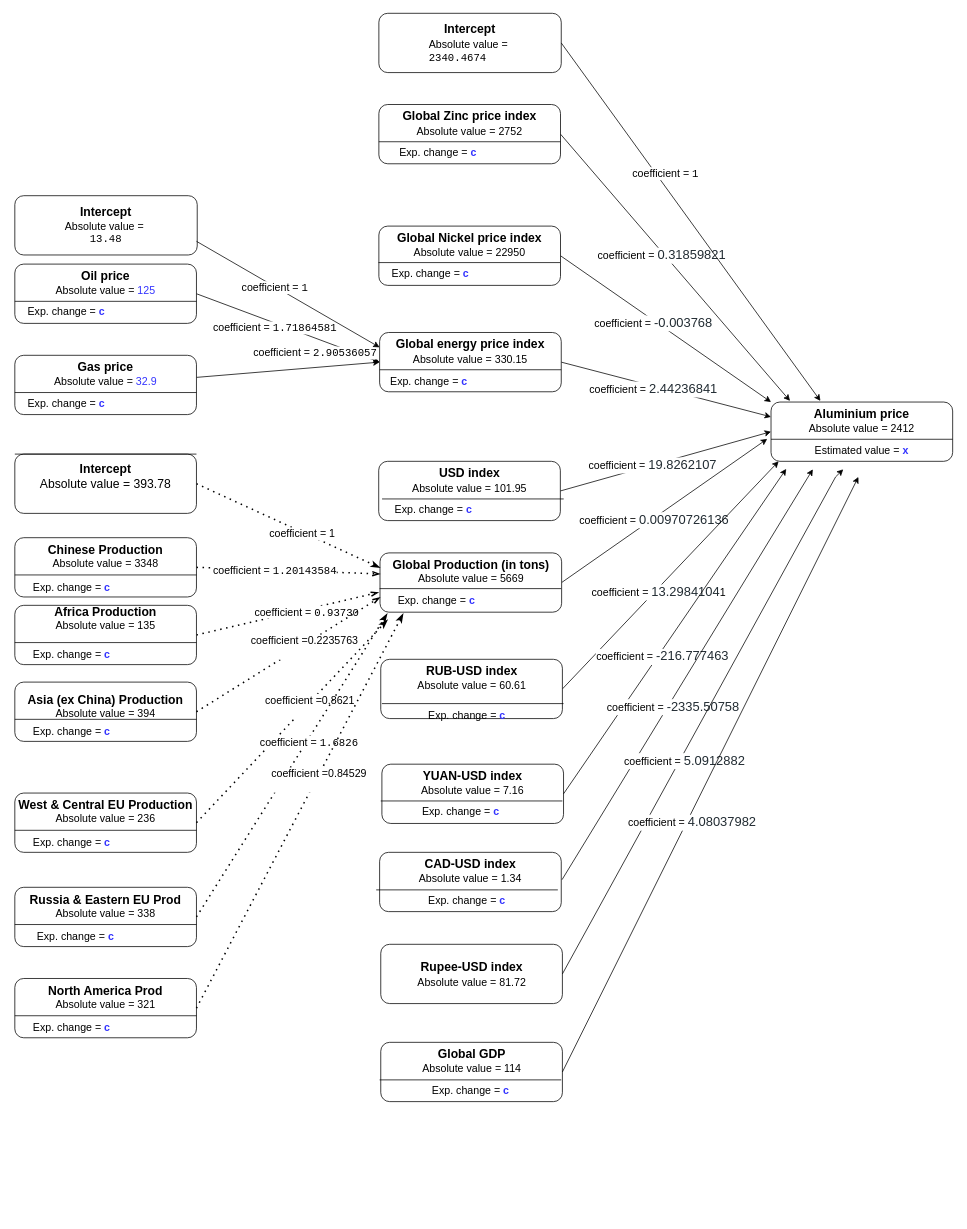
Earlier version of the draw.io diagram concept for intermidate presentation.drawio (alexwese/tkseminar). Source tidied: cells renumbered, new cells numbered last; positions are measured from the earlier drawing's top-left corner, leaving out a move shared by most shapes. Both pictures are drawn from the tidied source at 76%, with x=0, y=0 at pixel (14, 13).
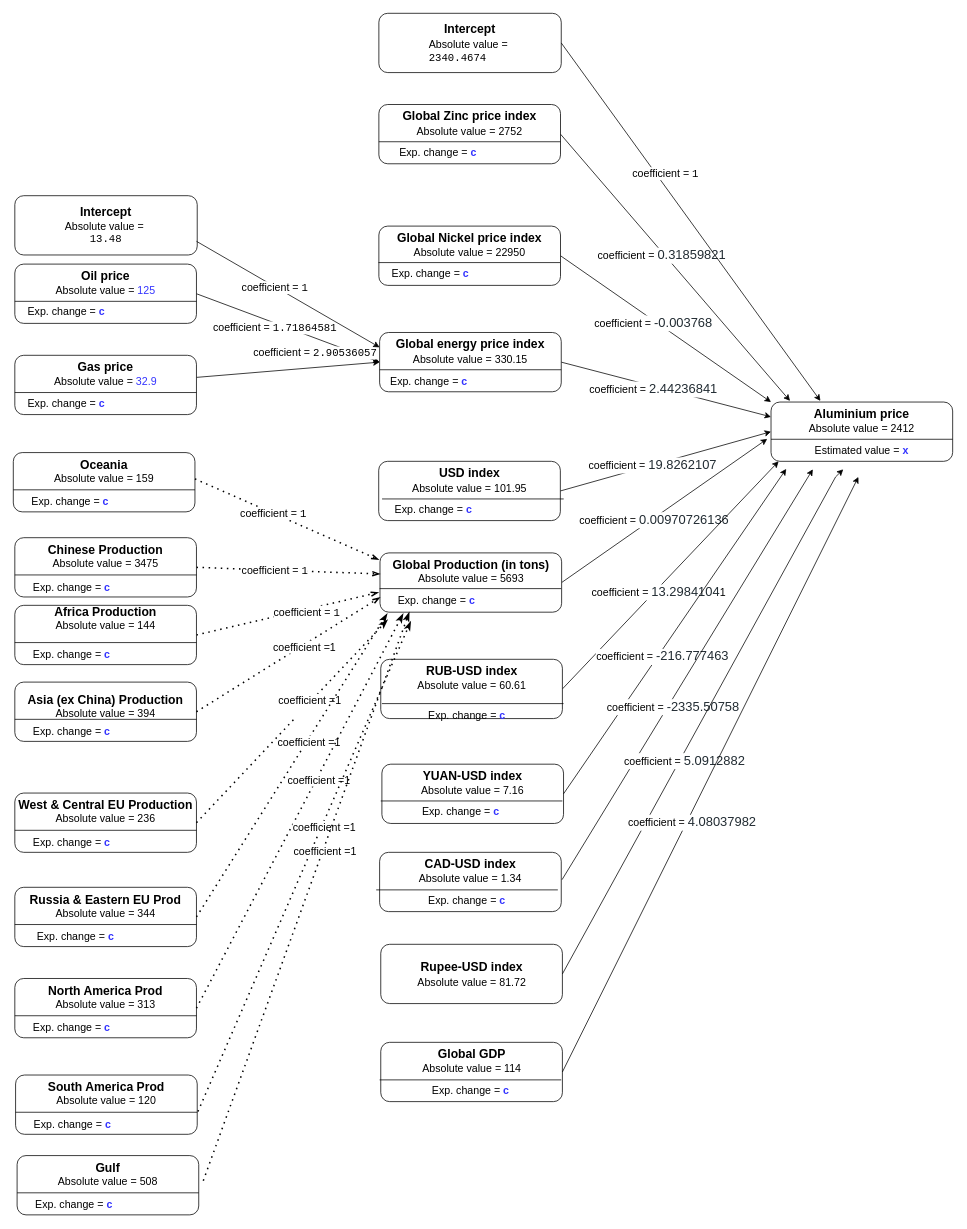
The same page after the edit.

Unchanged cells that the change refers to:
```xml
<mxCell id="18" value="Exp. change =&amp;nbsp;&lt;font color=&quot;#3333FF&quot;&gt;&lt;b&gt;c&lt;/b&gt;&lt;/font&gt;" style="text;html=1;strokeColor=none;fillColor=none;align=center;verticalAlign=middle;whiteSpace=wrap;rounded=0;fontSize=14;" parent="1" vertex="1">
  <mxGeometry x="500" y="758.4" width="110" height="28.6" as="geometry" />
</mxCell>
<mxCell id="29" style="endArrow=openThin;dashed=1;html=1;dashPattern=1 3;strokeWidth=2;rounded=0;fontSize=14;fontColor=#3333FF;entryX=0;entryY=0.355;entryDx=0;entryDy=0;exitX=1;exitY=0.5;exitDx=0;exitDy=0;endFill=0;entryPerimeter=0;" parent="1" edge="1" source="46" target="12">
  <mxGeometry relative="1" as="geometry" />
</mxCell>
<mxCell id="31" style="endArrow=openThin;dashed=1;html=1;dashPattern=1 3;strokeWidth=2;rounded=0;fontSize=14;fontColor=#3333FF;entryX=-0.008;entryY=0.667;entryDx=0;entryDy=0;exitX=1;exitY=0.5;exitDx=0;exitDy=0;endFill=0;entryPerimeter=0;" parent="1" edge="1" source="49" target="12">
  <mxGeometry relative="1" as="geometry" />
</mxCell>
<mxCell id="55" style="endArrow=openThin;dashed=1;html=1;dashPattern=1 3;strokeWidth=2;rounded=0;fontSize=14;fontColor=#3333FF;entryX=0;entryY=0.75;entryDx=0;entryDy=0;exitX=1;exitY=0.5;exitDx=0;exitDy=0;endFill=0;" parent="1" edge="1" source="52" target="12">
  <mxGeometry relative="1" as="geometry" />
</mxCell>
<mxCell id="70" style="endArrow=classicThin;dashed=1;html=1;dashPattern=1 3;strokeWidth=2;rounded=0;fontSize=14;fontColor=#3333FF;entryX=0;entryY=1;entryDx=0;entryDy=0;endFill=1;exitX=1;exitY=0.5;exitDx=0;exitDy=0;" parent="1" edge="1" source="61">
  <mxGeometry relative="1" as="geometry">
    <mxPoint x="490.5" y="798" as="targetPoint" />
  </mxGeometry>
</mxCell>
<mxCell id="72" style="endArrow=classicThin;dashed=1;html=1;dashPattern=1 3;strokeWidth=2;rounded=0;fontSize=14;fontColor=#3333FF;endFill=1;exitX=1;exitY=0.5;exitDx=0;exitDy=0;" parent="1" edge="1" source="64">
  <mxGeometry relative="1" as="geometry">
    <mxPoint x="490" y="790" as="targetPoint" />
  </mxGeometry>
</mxCell>
<mxCell id="74" style="endArrow=classicThin;dashed=1;html=1;dashPattern=1 3;strokeWidth=2;rounded=0;fontSize=14;fontColor=#3333FF;endFill=1;exitX=1;exitY=0.5;exitDx=0;exitDy=0;" parent="1" edge="1" source="67">
  <mxGeometry relative="1" as="geometry">
    <mxPoint x="511" y="790" as="targetPoint" />
  </mxGeometry>
</mxCell>
```

Change to the diagram source:
```diff
@@
-    <mxCell id="12" value="&lt;div style=&quot;&quot;&gt;&lt;span style=&quot;background-color: initial; font-size: 16px;&quot;&gt;&lt;b&gt;Global Production (in tons)&lt;/b&gt;&lt;/span&gt;&lt;/div&gt;&lt;div style=&quot;&quot;&gt;&lt;span style=&quot;font-size: 14px; background-color: initial;&quot;&gt;Absolute value = 5669&lt;/span&gt;&lt;br&gt;&lt;/div&gt;&lt;div&gt;&lt;br&gt;&lt;/div&gt;&lt;div&gt;&lt;br&gt;&lt;/div&gt;" style="rounded=1;whiteSpace=wrap;html=1;" parent="1" vertex="1">
+    <mxCell id="12" value="&lt;div style=&quot;&quot;&gt;&lt;span style=&quot;background-color: initial; font-size: 16px;&quot;&gt;&lt;b&gt;Global Production (in tons)&lt;/b&gt;&lt;/span&gt;&lt;/div&gt;&lt;div style=&quot;&quot;&gt;&lt;span style=&quot;font-size: 14px; background-color: initial;&quot;&gt;Absolute value = 5693&lt;/span&gt;&lt;br&gt;&lt;/div&gt;&lt;div&gt;&lt;br&gt;&lt;/div&gt;&lt;div&gt;&lt;br&gt;&lt;/div&gt;" style="rounded=1;whiteSpace=wrap;html=1;" parent="1" vertex="1">
       <mxGeometry x="480.5" y="710" width="239" height="78" as="geometry" />
     </mxCell>
@@
-    <mxCell id="30" value="&lt;span style=&quot;font-size: 14px;&quot;&gt;coefficient =&amp;nbsp;&lt;/span&gt;&lt;span style=&quot;font-family: Consolas, &amp;quot;Courier New&amp;quot;, monospace; font-size: 14px; text-align: start;&quot;&gt;1.20143584&lt;/span&gt;" style="edgeLabel;html=1;align=center;verticalAlign=middle;fontColor=#000000;" parent="29" vertex="1">
+    <mxCell id="30" value="&lt;span style=&quot;font-size: 14px;&quot;&gt;coefficient =&amp;nbsp;&lt;/span&gt;&lt;span style=&quot;font-family: Consolas, &amp;quot;Courier New&amp;quot;, monospace; font-size: 14px; text-align: start;&quot;&gt;1&lt;/span&gt;" style="edgeLabel;html=1;align=center;verticalAlign=middle;fontColor=#000000;" parent="29" vertex="1">
       <mxGeometry x="-0.15" relative="1" as="geometry" />
     </mxCell>
@@
-    <mxCell id="32" value="&lt;span style=&quot;font-size: 14px;&quot;&gt;coefficient =&amp;nbsp;&lt;/span&gt;&lt;span style=&quot;font-family: Consolas, &amp;quot;Courier New&amp;quot;, monospace; font-size: 14px; text-align: start;&quot;&gt;0.93730&lt;/span&gt;" style="edgeLabel;html=1;align=center;verticalAlign=middle;fontColor=#000000;" parent="31" vertex="1">
+    <mxCell id="32" value="&lt;div style=&quot;text-align: start;&quot;&gt;&lt;span style=&quot;font-size: 14px;&quot;&gt;coefficient = &lt;font face=&quot;Consolas, Courier New, monospace&quot;&gt;1&lt;/font&gt;&lt;/span&gt;&lt;/div&gt;" style="edgeLabel;html=1;align=center;verticalAlign=middle;fontColor=#000000;" parent="31" vertex="1">
       <mxGeometry x="0.16" y="-3" relative="1" as="geometry">
         <mxPoint x="5" y="-1" as="offset" />
       </mxGeometry>
     </mxCell>
@@
-    <mxCell id="46" value="&lt;div style=&quot;&quot;&gt;&lt;span style=&quot;background-color: initial; font-size: 16px;&quot;&gt;&lt;b&gt;Chinese Production&lt;/b&gt;&lt;/span&gt;&lt;/div&gt;&lt;div style=&quot;&quot;&gt;&lt;span style=&quot;font-size: 14px; background-color: initial;&quot;&gt;Absolute value = 3348&lt;/span&gt;&lt;br&gt;&lt;/div&gt;&lt;div&gt;&lt;br&gt;&lt;/div&gt;&lt;div&gt;&lt;br&gt;&lt;/div&gt;" style="rounded=1;whiteSpace=wrap;html=1;" parent="1" vertex="1">
+    <mxCell id="46" value="&lt;div style=&quot;&quot;&gt;&lt;span style=&quot;background-color: initial; font-size: 16px;&quot;&gt;&lt;b&gt;Chinese Production&lt;/b&gt;&lt;/span&gt;&lt;/div&gt;&lt;div style=&quot;&quot;&gt;&lt;span style=&quot;font-size: 14px; background-color: initial;&quot;&gt;Absolute value = 3475&lt;/span&gt;&lt;br&gt;&lt;/div&gt;&lt;div&gt;&lt;br&gt;&lt;/div&gt;&lt;div&gt;&lt;br&gt;&lt;/div&gt;" style="rounded=1;whiteSpace=wrap;html=1;" parent="1" vertex="1">
       <mxGeometry y="690" width="239" height="78" as="geometry" />
     </mxCell>
@@
-    <mxCell id="49" value="&lt;div style=&quot;&quot;&gt;&lt;span style=&quot;background-color: initial; font-size: 16px;&quot;&gt;&lt;b&gt;Africa Production&lt;/b&gt;&lt;/span&gt;&lt;/div&gt;&lt;div style=&quot;&quot;&gt;&lt;span style=&quot;font-size: 14px; background-color: initial;&quot;&gt;Absolute value = 135&lt;/span&gt;&lt;/div&gt;&lt;br&gt;&lt;div&gt;&lt;br&gt;&lt;/div&gt;&lt;div&gt;&lt;br&gt;&lt;/div&gt;" style="rounded=1;whiteSpace=wrap;html=1;" parent="1" vertex="1">
+    <mxCell id="49" value="&lt;div style=&quot;&quot;&gt;&lt;span style=&quot;background-color: initial; font-size: 16px;&quot;&gt;&lt;b&gt;Africa Production&lt;/b&gt;&lt;/span&gt;&lt;/div&gt;&lt;div style=&quot;&quot;&gt;&lt;span style=&quot;font-size: 14px; background-color: initial;&quot;&gt;Absolute value = 144&lt;/span&gt;&lt;/div&gt;&lt;br&gt;&lt;div&gt;&lt;br&gt;&lt;/div&gt;&lt;div&gt;&lt;br&gt;&lt;/div&gt;" style="rounded=1;whiteSpace=wrap;html=1;" parent="1" vertex="1">
       <mxGeometry y="779" width="239" height="78" as="geometry" />
     </mxCell>
@@
-    <mxCell id="56" value="&lt;span style=&quot;font-size: 14px;&quot;&gt;coefficient =0.2235763&lt;/span&gt;&lt;br&gt;&lt;span style=&quot;font-size: 14px;&quot;&gt;&amp;nbsp;&lt;/span&gt;" style="edgeLabel;html=1;align=center;verticalAlign=middle;fontColor=#000000;" parent="55" vertex="1">
+    <mxCell id="56" value="&lt;span style=&quot;font-size: 14px;&quot;&gt;coefficient =1&lt;/span&gt;&lt;br&gt;" style="edgeLabel;html=1;align=center;verticalAlign=middle;fontColor=#000000;" parent="55" vertex="1">
       <mxGeometry x="0.16" y="-3" relative="1" as="geometry">
         <mxPoint y="-1" as="offset" />
       </mxGeometry>
     </mxCell>
-    <mxCell id="57" style="endArrow=classicThin;dashed=1;html=1;dashPattern=1 3;strokeWidth=2;rounded=0;fontSize=14;fontColor=#3333FF;entryX=0;entryY=0.25;entryDx=0;entryDy=0;endFill=1;exitX=1;exitY=0.5;exitDx=0;exitDy=0;" parent="1" edge="1" source="59" target="12">
-      <mxGeometry relative="1" as="geometry" />
-    </mxCell>
-    <mxCell id="58" value="&lt;span style=&quot;font-size: 14px;&quot;&gt;coefficient = 1&lt;/span&gt;" style="edgeLabel;html=1;align=center;verticalAlign=middle;fontColor=#000000;" parent="57" vertex="1">
-      <mxGeometry x="0.16" y="-3" relative="1" as="geometry">
-        <mxPoint y="-1" as="offset" />
-      </mxGeometry>
-    </mxCell>
-    <mxCell id="59" value="&lt;div style=&quot;font-size: 16px;&quot;&gt;&lt;font style=&quot;font-size: 16px;&quot;&gt;&lt;b&gt;&lt;font style=&quot;font-size: 16px;&quot;&gt;&lt;br&gt;&lt;/font&gt;&lt;/b&gt;&lt;/font&gt;&lt;/div&gt;&lt;div style=&quot;font-size: 16px;&quot;&gt;&lt;font style=&quot;font-size: 16px;&quot;&gt;&lt;b&gt;&lt;font style=&quot;font-size: 16px;&quot;&gt;Intercept&lt;/font&gt;&lt;/b&gt;&lt;/font&gt;&lt;/div&gt;&lt;div style=&quot;font-size: 16px;&quot;&gt;&lt;span style=&quot;background-color: initial;&quot;&gt;&lt;font style=&quot;font-size: 16px;&quot;&gt;Absolute value = 393.78&lt;/font&gt;&lt;/span&gt;&lt;/div&gt;&lt;div style=&quot;font-size: 16px;&quot;&gt;&lt;font style=&quot;font-size: 16px;&quot;&gt;&lt;br&gt;&lt;/font&gt;&lt;/div&gt;&lt;div style=&quot;font-size: 16px;&quot;&gt;&lt;br&gt;&lt;/div&gt;" style="rounded=1;whiteSpace=wrap;html=1;" parent="1" vertex="1">
-      <mxGeometry y="580" width="239" height="78" as="geometry" />
-    </mxCell>
-    <mxCell id="60" style="endArrow=none;html=1;rounded=0;fontSize=14;exitX=0;exitY=0.5;exitDx=0;exitDy=0;entryX=1;entryY=0.5;entryDx=0;entryDy=0;" parent="1" edge="1">
-      <mxGeometry relative="1" as="geometry">
-        <mxPoint y="580" as="sourcePoint" />
-        <mxPoint x="239" y="580" as="targetPoint" />
-      </mxGeometry>
-    </mxCell>
@@
-    <mxCell id="64" value="&lt;div style=&quot;&quot;&gt;&lt;span style=&quot;background-color: initial; font-size: 16px;&quot;&gt;&lt;b&gt;Russia &amp;amp; Eastern EU Prod&lt;/b&gt;&lt;/span&gt;&lt;/div&gt;&lt;div style=&quot;&quot;&gt;&lt;span style=&quot;font-size: 14px; background-color: initial;&quot;&gt;Absolute value = 338&lt;/span&gt;&lt;br&gt;&lt;/div&gt;&lt;div&gt;&lt;br&gt;&lt;/div&gt;&lt;div&gt;&lt;br&gt;&lt;/div&gt;" style="rounded=1;whiteSpace=wrap;html=1;" parent="1" vertex="1">
+    <mxCell id="64" value="&lt;div style=&quot;&quot;&gt;&lt;span style=&quot;background-color: initial; font-size: 16px;&quot;&gt;&lt;b&gt;Russia &amp;amp; Eastern EU Prod&lt;/b&gt;&lt;/span&gt;&lt;/div&gt;&lt;div style=&quot;&quot;&gt;&lt;span style=&quot;font-size: 14px; background-color: initial;&quot;&gt;Absolute value = 344&lt;/span&gt;&lt;br&gt;&lt;/div&gt;&lt;div&gt;&lt;br&gt;&lt;/div&gt;&lt;div&gt;&lt;br&gt;&lt;/div&gt;" style="rounded=1;whiteSpace=wrap;html=1;" parent="1" vertex="1">
       <mxGeometry y="1150" width="239" height="78" as="geometry" />
     </mxCell>
@@
-    <mxCell id="67" value="&lt;div style=&quot;&quot;&gt;&lt;span style=&quot;background-color: initial; font-size: 16px;&quot;&gt;&lt;b&gt;North America Prod&lt;/b&gt;&lt;/span&gt;&lt;/div&gt;&lt;div style=&quot;&quot;&gt;&lt;span style=&quot;font-size: 14px; background-color: initial;&quot;&gt;Absolute value = 321&lt;/span&gt;&lt;br&gt;&lt;/div&gt;&lt;div&gt;&lt;br&gt;&lt;/div&gt;&lt;div&gt;&lt;br&gt;&lt;/div&gt;" style="rounded=1;whiteSpace=wrap;html=1;" parent="1" vertex="1">
+    <mxCell id="67" value="&lt;div style=&quot;&quot;&gt;&lt;span style=&quot;background-color: initial; font-size: 16px;&quot;&gt;&lt;b&gt;North America Prod&lt;/b&gt;&lt;/span&gt;&lt;/div&gt;&lt;div style=&quot;&quot;&gt;&lt;span style=&quot;font-size: 14px; background-color: initial;&quot;&gt;Absolute value = 313&lt;/span&gt;&lt;br&gt;&lt;/div&gt;&lt;div&gt;&lt;br&gt;&lt;/div&gt;&lt;div&gt;&lt;br&gt;&lt;/div&gt;" style="rounded=1;whiteSpace=wrap;html=1;" parent="1" vertex="1">
       <mxGeometry y="1270" width="239" height="78" as="geometry" />
     </mxCell>
@@
-    <mxCell id="71" value="&lt;span style=&quot;font-size: 14px;&quot;&gt;coefficient =0.8621&lt;/span&gt;&lt;br&gt;&lt;span style=&quot;font-size: 14px;&quot;&gt;&amp;nbsp;&lt;/span&gt;" style="edgeLabel;html=1;align=center;verticalAlign=middle;fontColor=#000000;" parent="70" vertex="1">
+    <mxCell id="71" value="&lt;span style=&quot;font-size: 14px;&quot;&gt;coefficient =1&lt;/span&gt;&lt;br&gt;&lt;span style=&quot;font-size: 14px;&quot;&gt;&amp;nbsp;&lt;/span&gt;" style="edgeLabel;html=1;align=center;verticalAlign=middle;fontColor=#000000;" parent="70" vertex="1">
       <mxGeometry x="0.16" y="-3" relative="1" as="geometry">
         <mxPoint y="-1" as="offset" />
       </mxGeometry>
     </mxCell>
@@
-    <mxCell id="73" value="&lt;span style=&quot;font-size: 14px;&quot;&gt;coefficient =&amp;nbsp;&lt;/span&gt;&lt;span style=&quot;font-family: Consolas, &amp;quot;Courier New&amp;quot;, monospace; font-size: 14px; text-align: start;&quot;&gt;1.6826&lt;/span&gt;" style="edgeLabel;html=1;align=center;verticalAlign=middle;fontColor=#000000;" parent="72" vertex="1">
+    <mxCell id="73" value="&lt;span style=&quot;font-size: 14px;&quot;&gt;coefficient =1&lt;/span&gt;" style="edgeLabel;html=1;align=center;verticalAlign=middle;fontColor=#000000;" parent="72" vertex="1">
       <mxGeometry x="0.16" y="-3" relative="1" as="geometry">
         <mxPoint y="-1" as="offset" />
       </mxGeometry>
     </mxCell>
@@
-    <mxCell id="75" value="&lt;span style=&quot;font-size: 14px;&quot;&gt;coefficient =0.84529&lt;/span&gt;&lt;br&gt;&lt;span style=&quot;font-size: 14px;&quot;&gt;&amp;nbsp;&lt;/span&gt;" style="edgeLabel;html=1;align=center;verticalAlign=middle;fontColor=#000000;" parent="74" vertex="1">
+    <mxCell id="75" value="&lt;span style=&quot;font-size: 14px;&quot;&gt;coefficient =1&lt;/span&gt;" style="edgeLabel;html=1;align=center;verticalAlign=middle;fontColor=#000000;" parent="74" vertex="1">
       <mxGeometry x="0.16" y="-3" relative="1" as="geometry">
         <mxPoint y="-1" as="offset" />
       </mxGeometry>
     </mxCell>
@@
+    <mxCell id="103" value="&lt;div style=&quot;&quot;&gt;&lt;span style=&quot;background-color: initial; font-size: 16px;&quot;&gt;&lt;b&gt;South America Prod&lt;/b&gt;&lt;/span&gt;&lt;/div&gt;&lt;div style=&quot;&quot;&gt;&lt;span style=&quot;font-size: 14px; background-color: initial;&quot;&gt;Absolute value = 120&lt;/span&gt;&lt;br&gt;&lt;/div&gt;&lt;div&gt;&lt;br&gt;&lt;/div&gt;&lt;div&gt;&lt;br&gt;&lt;/div&gt;" style="rounded=1;whiteSpace=wrap;html=1;" parent="1" vertex="1">
+      <mxGeometry x="1" y="1397" width="239" height="78" as="geometry" />
+    </mxCell>
+    <mxCell id="104" style="endArrow=none;html=1;rounded=0;fontSize=14;exitX=0;exitY=0.5;exitDx=0;exitDy=0;entryX=1;entryY=0.5;entryDx=0;entryDy=0;" parent="1" edge="1">
+      <mxGeometry relative="1" as="geometry">
+        <mxPoint x="1" y="1446" as="sourcePoint" />
+        <mxPoint x="240" y="1446" as="targetPoint" />
+      </mxGeometry>
+    </mxCell>
+    <mxCell id="105" value="Exp. change =&amp;nbsp;&lt;font color=&quot;#3333FF&quot;&gt;&lt;b&gt;c&lt;/b&gt;&lt;/font&gt;" style="text;html=1;strokeColor=none;fillColor=none;align=center;verticalAlign=middle;whiteSpace=wrap;rounded=0;fontSize=14;" parent="1" vertex="1">
+      <mxGeometry x="21" y="1447.4" width="110" height="28.6" as="geometry" />
+    </mxCell>
+    <mxCell id="106" value="&lt;div style=&quot;&quot;&gt;&lt;span style=&quot;font-size: 16px;&quot;&gt;&lt;b&gt;Gulf&lt;/b&gt;&lt;/span&gt;&lt;/div&gt;&lt;div style=&quot;&quot;&gt;&lt;span style=&quot;font-size: 14px; background-color: initial;&quot;&gt;Absolute value = 508&lt;/span&gt;&lt;br&gt;&lt;/div&gt;&lt;div&gt;&lt;br&gt;&lt;/div&gt;&lt;div&gt;&lt;br&gt;&lt;/div&gt;" style="rounded=1;whiteSpace=wrap;html=1;" parent="1" vertex="1">
+      <mxGeometry x="3" y="1503" width="239" height="78" as="geometry" />
+    </mxCell>
+    <mxCell id="107" style="endArrow=none;html=1;rounded=0;fontSize=14;exitX=0;exitY=0.5;exitDx=0;exitDy=0;entryX=1;entryY=0.5;entryDx=0;entryDy=0;" parent="1" edge="1">
+      <mxGeometry relative="1" as="geometry">
+        <mxPoint x="3" y="1552" as="sourcePoint" />
+        <mxPoint x="242" y="1552" as="targetPoint" />
+      </mxGeometry>
+    </mxCell>
+    <mxCell id="108" value="Exp. change =&amp;nbsp;&lt;font color=&quot;#3333FF&quot;&gt;&lt;b&gt;c&lt;/b&gt;&lt;/font&gt;" style="text;html=1;strokeColor=none;fillColor=none;align=center;verticalAlign=middle;whiteSpace=wrap;rounded=0;fontSize=14;" parent="1" vertex="1">
+      <mxGeometry x="23" y="1553.4" width="110" height="28.6" as="geometry" />
+    </mxCell>
+    <mxCell id="109" value="&lt;div style=&quot;&quot;&gt;&lt;span style=&quot;font-size: 16px;&quot;&gt;&lt;b&gt;Oceania&lt;/b&gt;&lt;/span&gt;&lt;/div&gt;&lt;div style=&quot;&quot;&gt;&lt;span style=&quot;font-size: 14px; background-color: initial;&quot;&gt;Absolute value = 159&lt;/span&gt;&lt;br&gt;&lt;/div&gt;&lt;div&gt;&lt;br&gt;&lt;/div&gt;&lt;div&gt;&lt;br&gt;&lt;/div&gt;" style="rounded=1;whiteSpace=wrap;html=1;" parent="1" vertex="1">
+      <mxGeometry x="-2" y="578" width="239" height="78" as="geometry" />
+    </mxCell>
+    <mxCell id="110" style="endArrow=none;html=1;rounded=0;fontSize=14;exitX=0;exitY=0.5;exitDx=0;exitDy=0;entryX=1;entryY=0.5;entryDx=0;entryDy=0;" parent="1" edge="1">
+      <mxGeometry relative="1" as="geometry">
+        <mxPoint x="-2" y="627" as="sourcePoint" />
+        <mxPoint x="237" y="627" as="targetPoint" />
+      </mxGeometry>
+    </mxCell>
+    <mxCell id="111" value="Exp. change =&amp;nbsp;&lt;font color=&quot;#3333FF&quot;&gt;&lt;b&gt;c&lt;/b&gt;&lt;/font&gt;" style="text;html=1;strokeColor=none;fillColor=none;align=center;verticalAlign=middle;whiteSpace=wrap;rounded=0;fontSize=14;" parent="1" vertex="1">
+      <mxGeometry x="18" y="628.4" width="110" height="28.6" as="geometry" />
+    </mxCell>
+    <mxCell id="112" style="endArrow=openThin;dashed=1;html=1;dashPattern=1 3;strokeWidth=2;rounded=0;fontSize=14;fontColor=#3333FF;exitX=1;exitY=0.5;exitDx=0;exitDy=0;endFill=0;" parent="1" edge="1">
+      <mxGeometry relative="1" as="geometry">
+        <mxPoint x="237" y="612.6" as="sourcePoint" />
+        <mxPoint x="479" y="719" as="targetPoint" />
+      </mxGeometry>
+    </mxCell>
+    <mxCell id="58" value="&lt;span style=&quot;font-size: 14px;&quot;&gt;coefficient =&amp;nbsp;&lt;/span&gt;&lt;span style=&quot;font-family: Consolas, &amp;quot;Courier New&amp;quot;, monospace; font-size: 14px; text-align: start;&quot;&gt;1&lt;/span&gt;" style="edgeLabel;html=1;align=center;verticalAlign=middle;fontColor=#000000;" parent="112" vertex="1">
+      <mxGeometry x="-0.15" relative="1" as="geometry" />
+    </mxCell>
+    <mxCell id="113" style="endArrow=classicThin;dashed=1;html=1;dashPattern=1 3;strokeWidth=2;rounded=0;fontSize=14;fontColor=#3333FF;endFill=1;exitX=1.004;exitY=0.615;exitDx=0;exitDy=0;exitPerimeter=0;" parent="1" edge="1" source="103">
+      <mxGeometry relative="1" as="geometry">
+        <mxPoint x="521" y="800" as="targetPoint" />
+      </mxGeometry>
+    </mxCell>
+    <mxCell id="114" value="&lt;span style=&quot;font-size: 14px;&quot;&gt;coefficient =1&lt;/span&gt;" style="edgeLabel;html=1;align=center;verticalAlign=middle;fontColor=#000000;" parent="113" vertex="1">
+      <mxGeometry x="0.16" y="-3" relative="1" as="geometry">
+        <mxPoint y="-1" as="offset" />
+      </mxGeometry>
+    </mxCell>
+    <mxCell id="115" style="endArrow=classicThin;dashed=1;html=1;dashPattern=1 3;strokeWidth=2;rounded=0;fontSize=14;fontColor=#3333FF;endFill=1;entryX=0.173;entryY=1.035;entryDx=0;entryDy=0;entryPerimeter=0;" parent="1" edge="1" target="18">
+      <mxGeometry relative="1" as="geometry">
+        <mxPoint x="248" y="1536" as="sourcePoint" />
+      </mxGeometry>
+    </mxCell>
+    <mxCell id="116" value="&lt;span style=&quot;font-size: 14px;&quot;&gt;coefficient =1&lt;/span&gt;" style="edgeLabel;html=1;align=center;verticalAlign=middle;fontColor=#000000;" parent="115" vertex="1">
+      <mxGeometry x="0.16" y="-3" relative="1" as="geometry">
+        <mxPoint y="-1" as="offset" />
+      </mxGeometry>
+    </mxCell>
```
